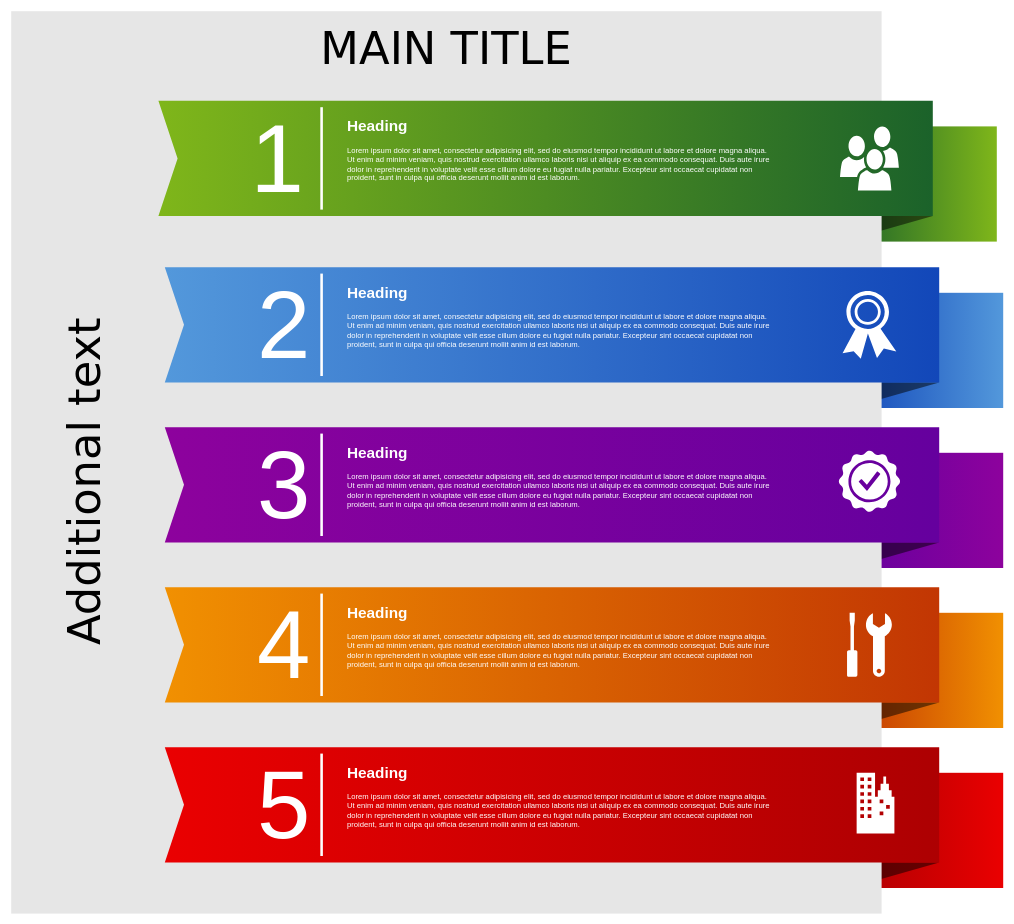
pierrobernes/notes_lh keeps this draw.io diagram as Objectives.drawio. Above is the earlier version. Source tidied: cells renumbered, new cells numbered last; positions are measured from the earlier drawing's top-left corner, leaving out a move shared by most shapes. Both pictures are drawn from the tidied source at 64%, with x=0, y=0 at pixel (11, 11).
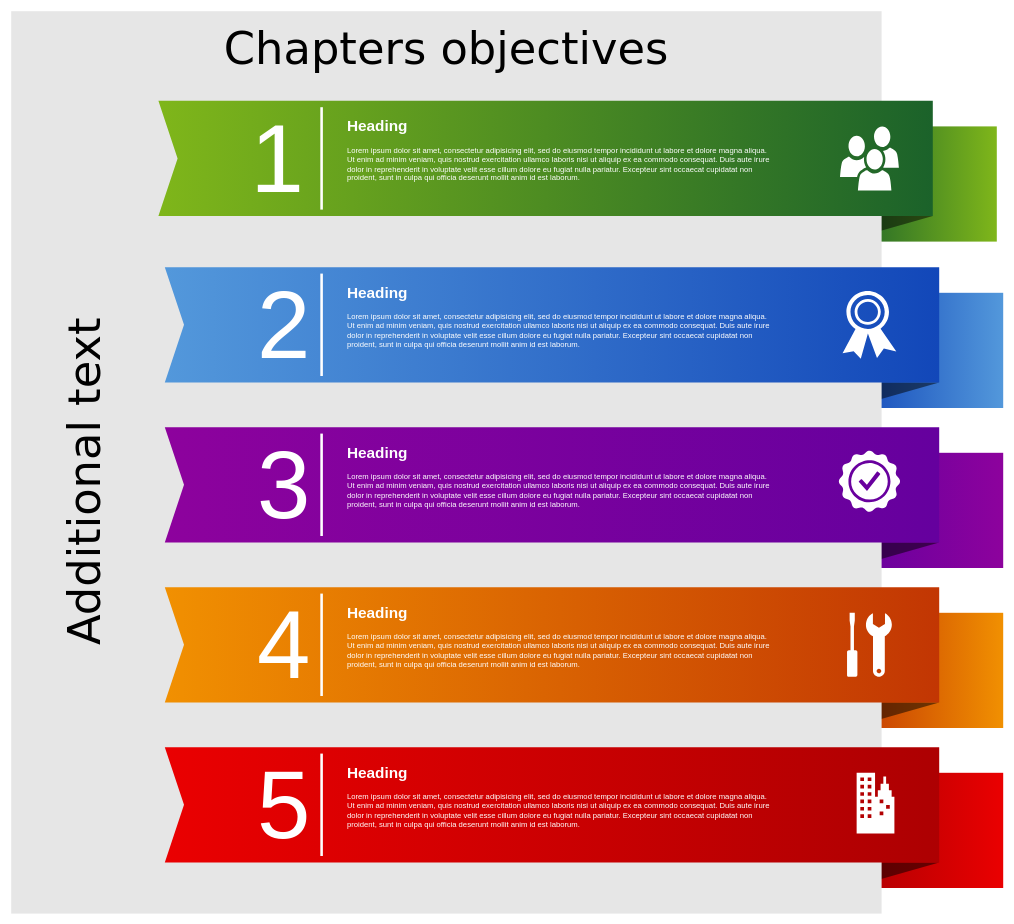
The same diagram, later.

The edit, as a diff of the source:
```diff
@@
-    <mxCell id="12" value="MAIN TITLE" style="whiteSpace=wrap;html=1;rounded=0;shadow=0;dashed=0;strokeWidth=1;fillColor=#E6E6E6;fontFamily=Verdana;fontSize=70;strokeColor=none;verticalAlign=top;spacingTop=10;" parent="1" vertex="1">
+    <mxCell id="12" value="Chapters objectives" style="whiteSpace=wrap;html=1;rounded=0;shadow=0;dashed=0;strokeWidth=1;fillColor=#E6E6E6;fontFamily=Verdana;fontSize=70;strokeColor=none;verticalAlign=top;spacingTop=10;" parent="1" vertex="1">
       <mxGeometry width="1360" height="1410" as="geometry" />
     </mxCell>
```
